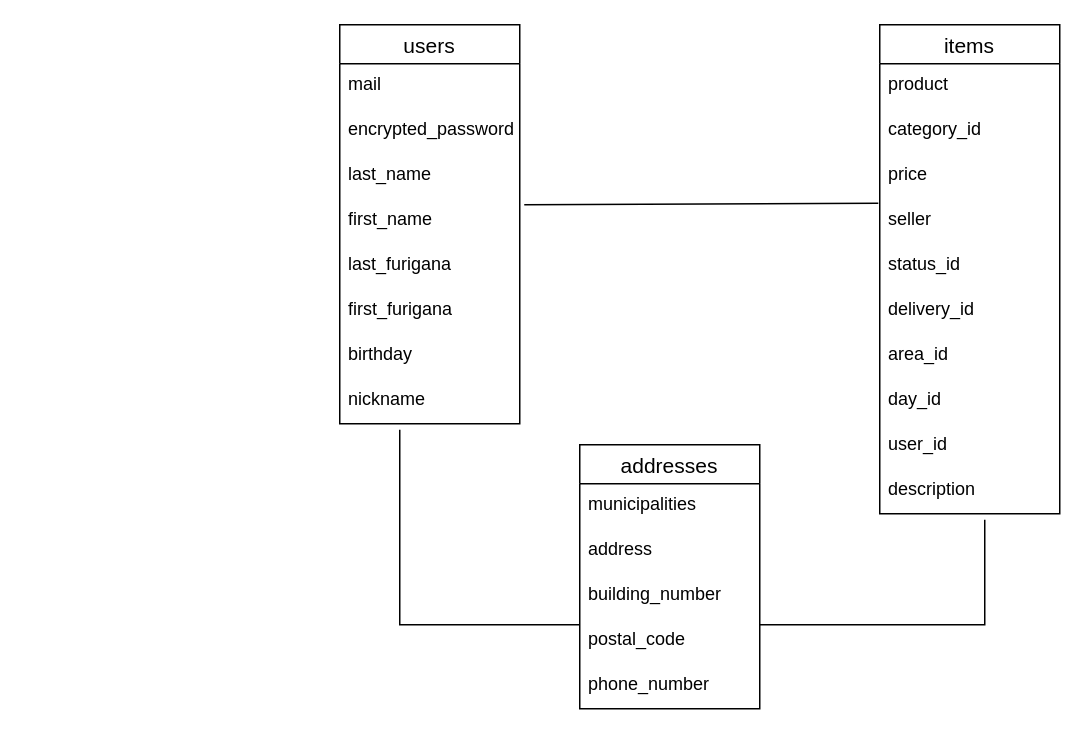
This is test.dio from shoun123/furima-34519, a draw.io file, before an edit. Source tidied: cells renumbered, new cells numbered last; positions are measured from the earlier drawing's top-left corner, leaving out a move shared by most shapes. Both pictures are drawn from the tidied source at 150%, with x=0, y=0 at pixel (339, 24).
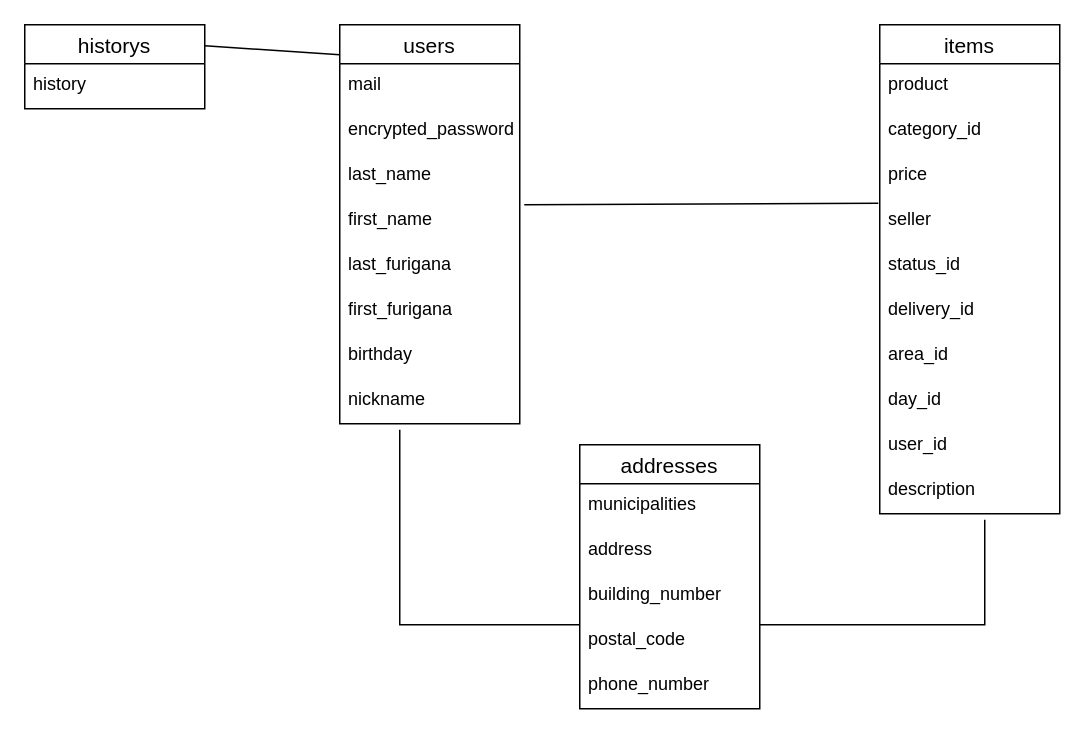
The same diagram, later.

Commit message (it also covers changes not shown here):
データベース設計

Change to the diagram source:
```diff
@@
+    <mxCell id="31" value="historys" style="swimlane;fontStyle=0;horizontal=1;startSize=26;align=center;fontSize=14;" parent="1" vertex="1">
+      <mxGeometry x="-210" width="120" height="56" as="geometry" />
+    </mxCell>
+    <mxCell id="32" value="history" style="text;strokeColor=none;fillColor=none;spacingLeft=4;spacingRight=4;overflow=hidden;fontSize=12;" parent="31" vertex="1">
+      <mxGeometry y="26" width="120" height="30" as="geometry" />
+    </mxCell>
+    <mxCell id="33" style="endArrow=none;html=1;rounded=0;exitX=1;exitY=0.25;exitDx=0;exitDy=0;" parent="1" edge="1" source="31">
+      <mxGeometry relative="1" as="geometry">
+        <mxPoint y="20" as="targetPoint" />
+      </mxGeometry>
+    </mxCell>
```
